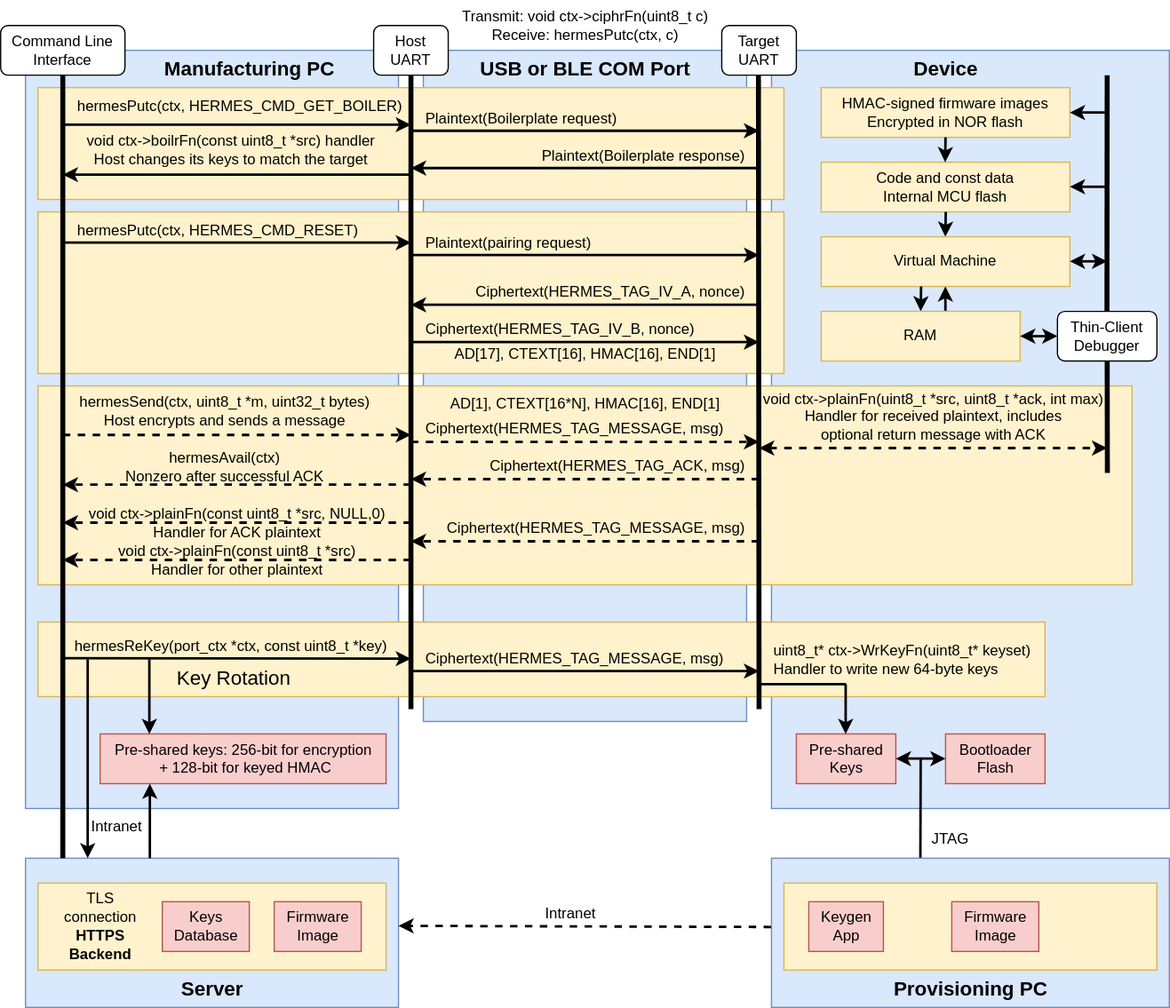
Before: docs/call-flow.svg, a diagram exported from draw.io (bradleyeckert/hermes). Source tidied: cells renumbered, new cells last; positions are measured from the earlier drawing's top-left corner, leaving out a move shared by most shapes.
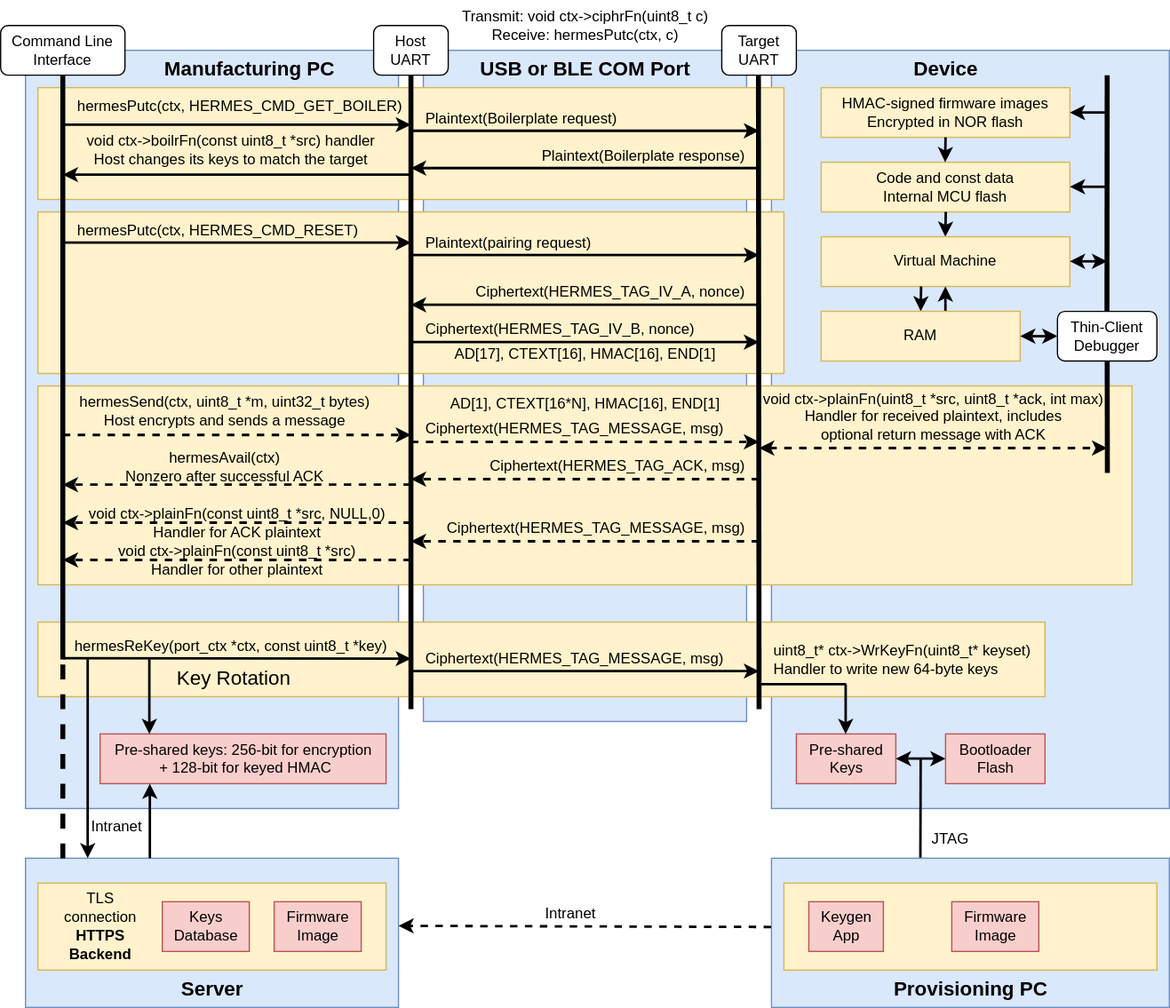
Above is the later version.

The edit, as a diff of the source:
```diff
@@ -248,7 +248,7 @@
     </mxCell>
     <mxCell id="62" style="endArrow=none;html=1;entryX=0.5;entryY=1;entryDx=0;entryDy=0;strokeWidth=4;" parent="1" edge="1" target="45">
       <mxGeometry relative="1" as="geometry">
-        <mxPoint x="50" y="690" as="sourcePoint" />
+        <mxPoint x="50" y="530" as="sourcePoint" />
       </mxGeometry>
     </mxCell>
     <mxCell id="63" style="endArrow=none;html=1;strokeWidth=2;endFill=0;" parent="1" edge="1">
@@ -415,5 +415,10 @@
     <mxCell id="100" value="Intranet" style="text;html=1;align=right;verticalAlign=middle;strokeColor=none;fillColor=none;" parent="1" vertex="1">
       <mxGeometry x="420" y="720" width="60" height="30" as="geometry" />
     </mxCell>
+    <mxCell id="101" style="endArrow=none;html=1;strokeWidth=4;dashed=1;exitX=0.1;exitY=0.001;exitDx=0;exitDy=0;exitPerimeter=0;" parent="1" edge="1" source="2">
+      <mxGeometry relative="1" as="geometry">
+        <mxPoint x="50" y="530" as="targetPoint" />
+      </mxGeometry>
+    </mxCell>
   </root>
 </mxGraphModel>
```
